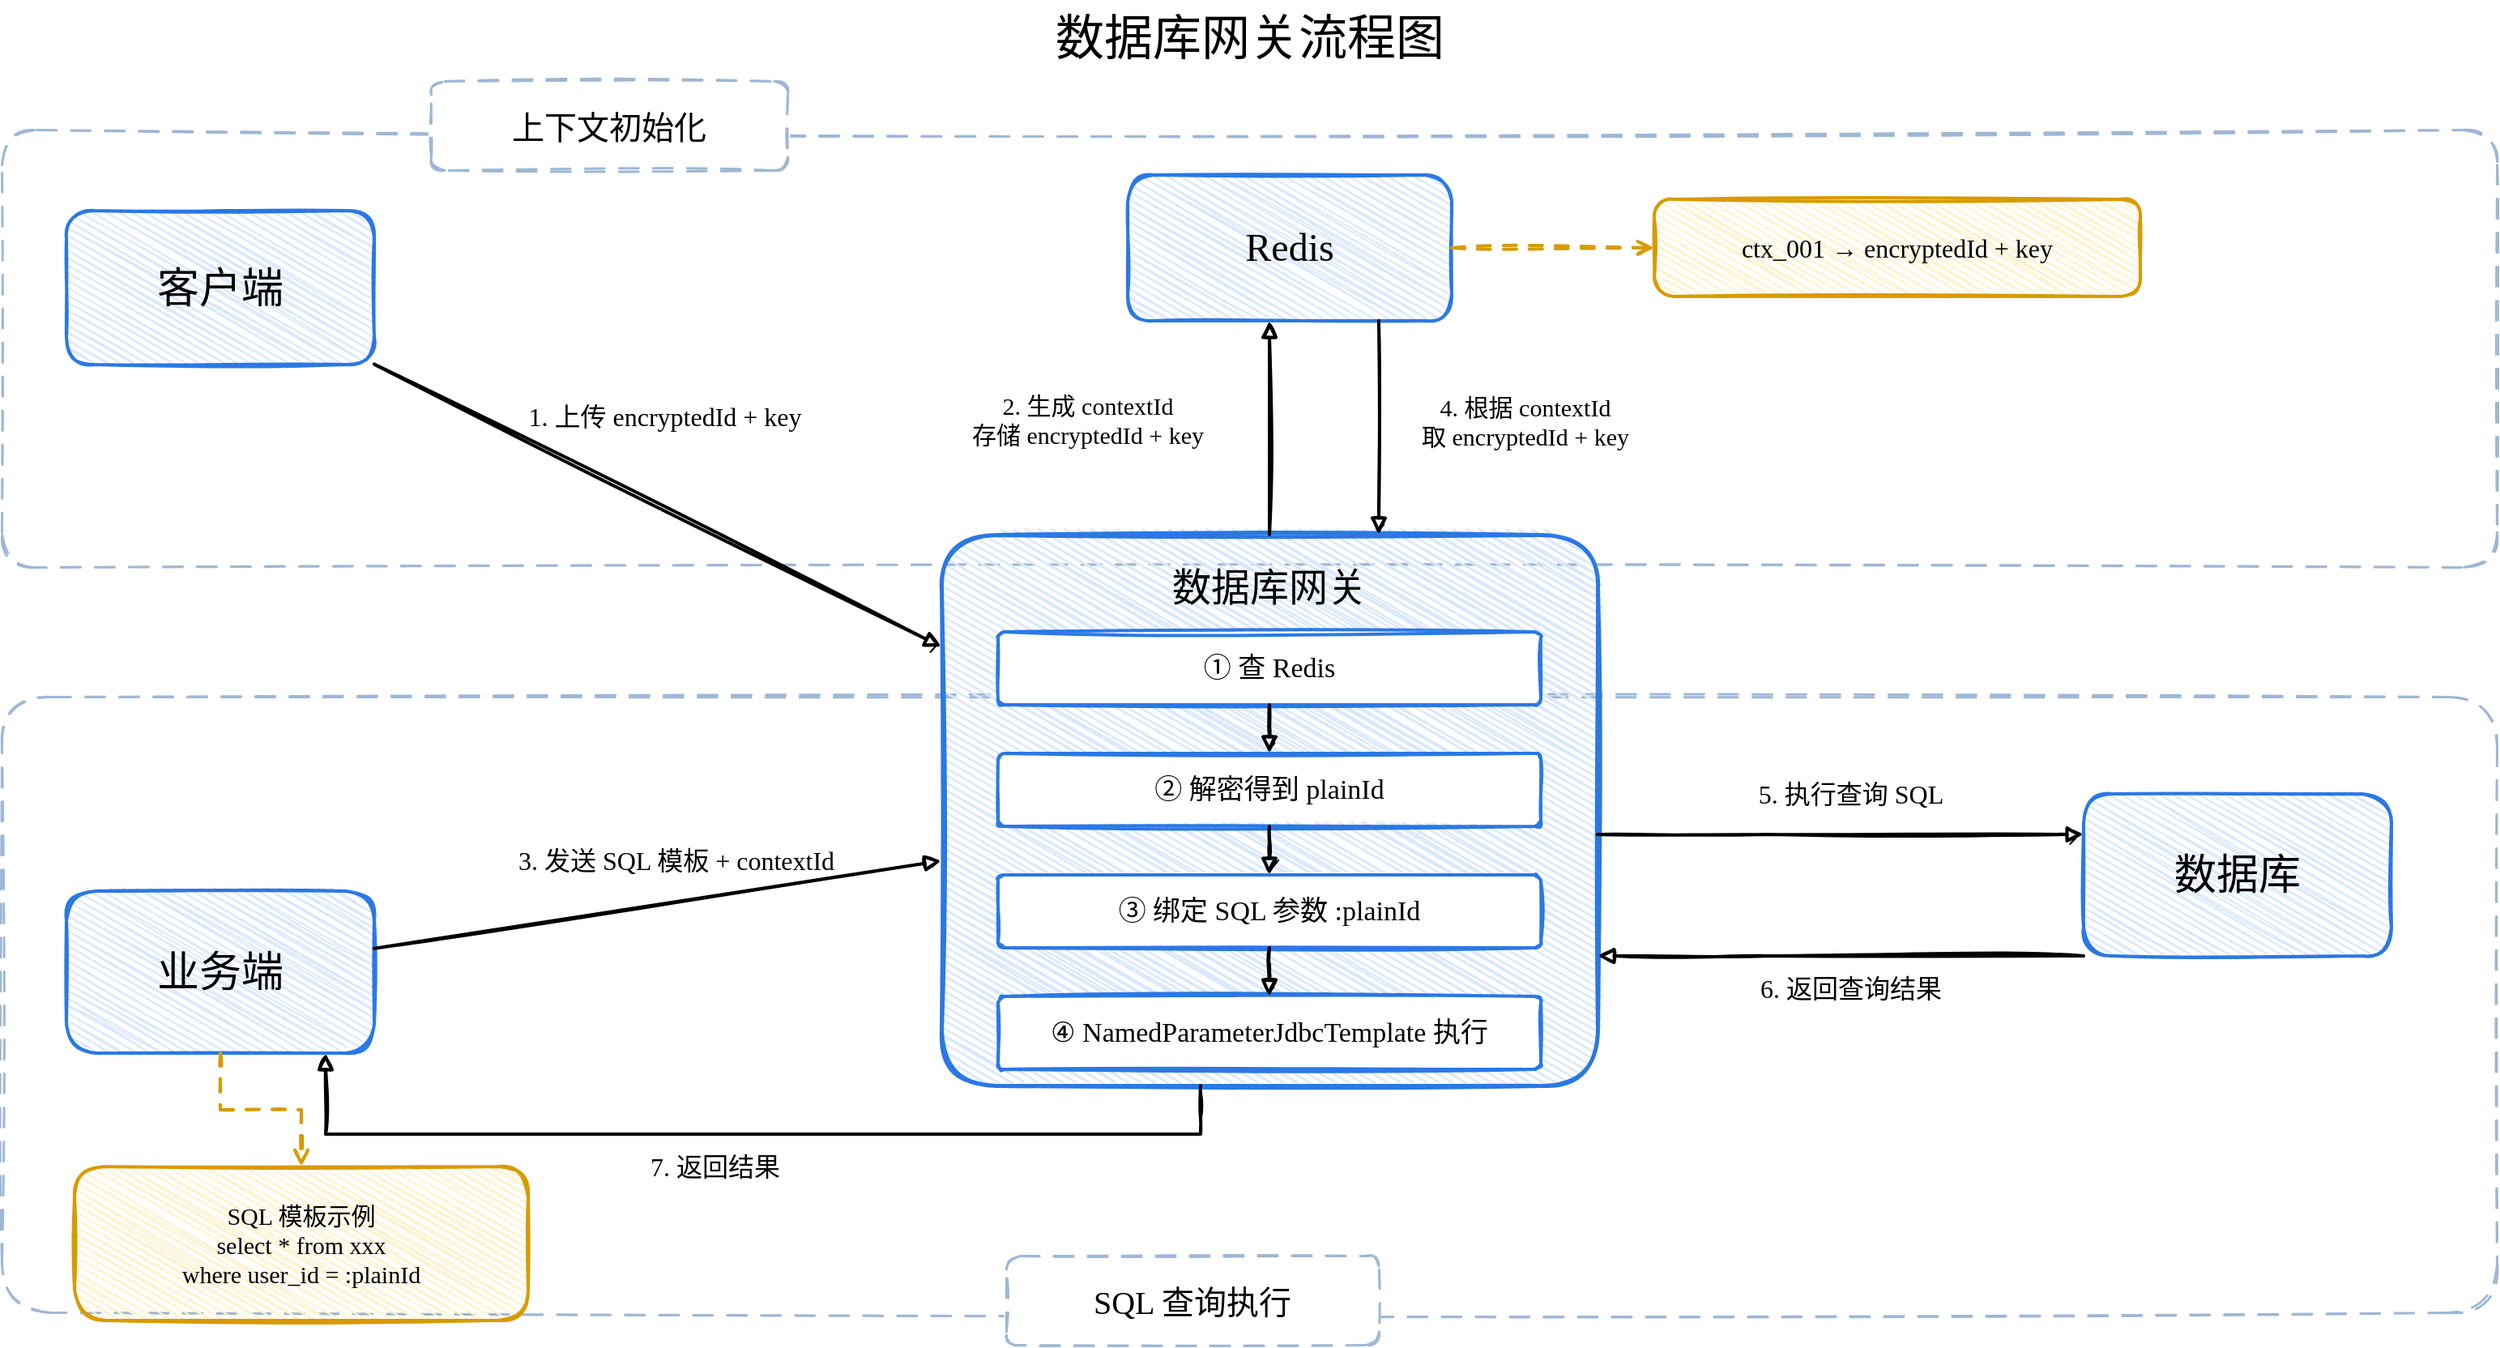
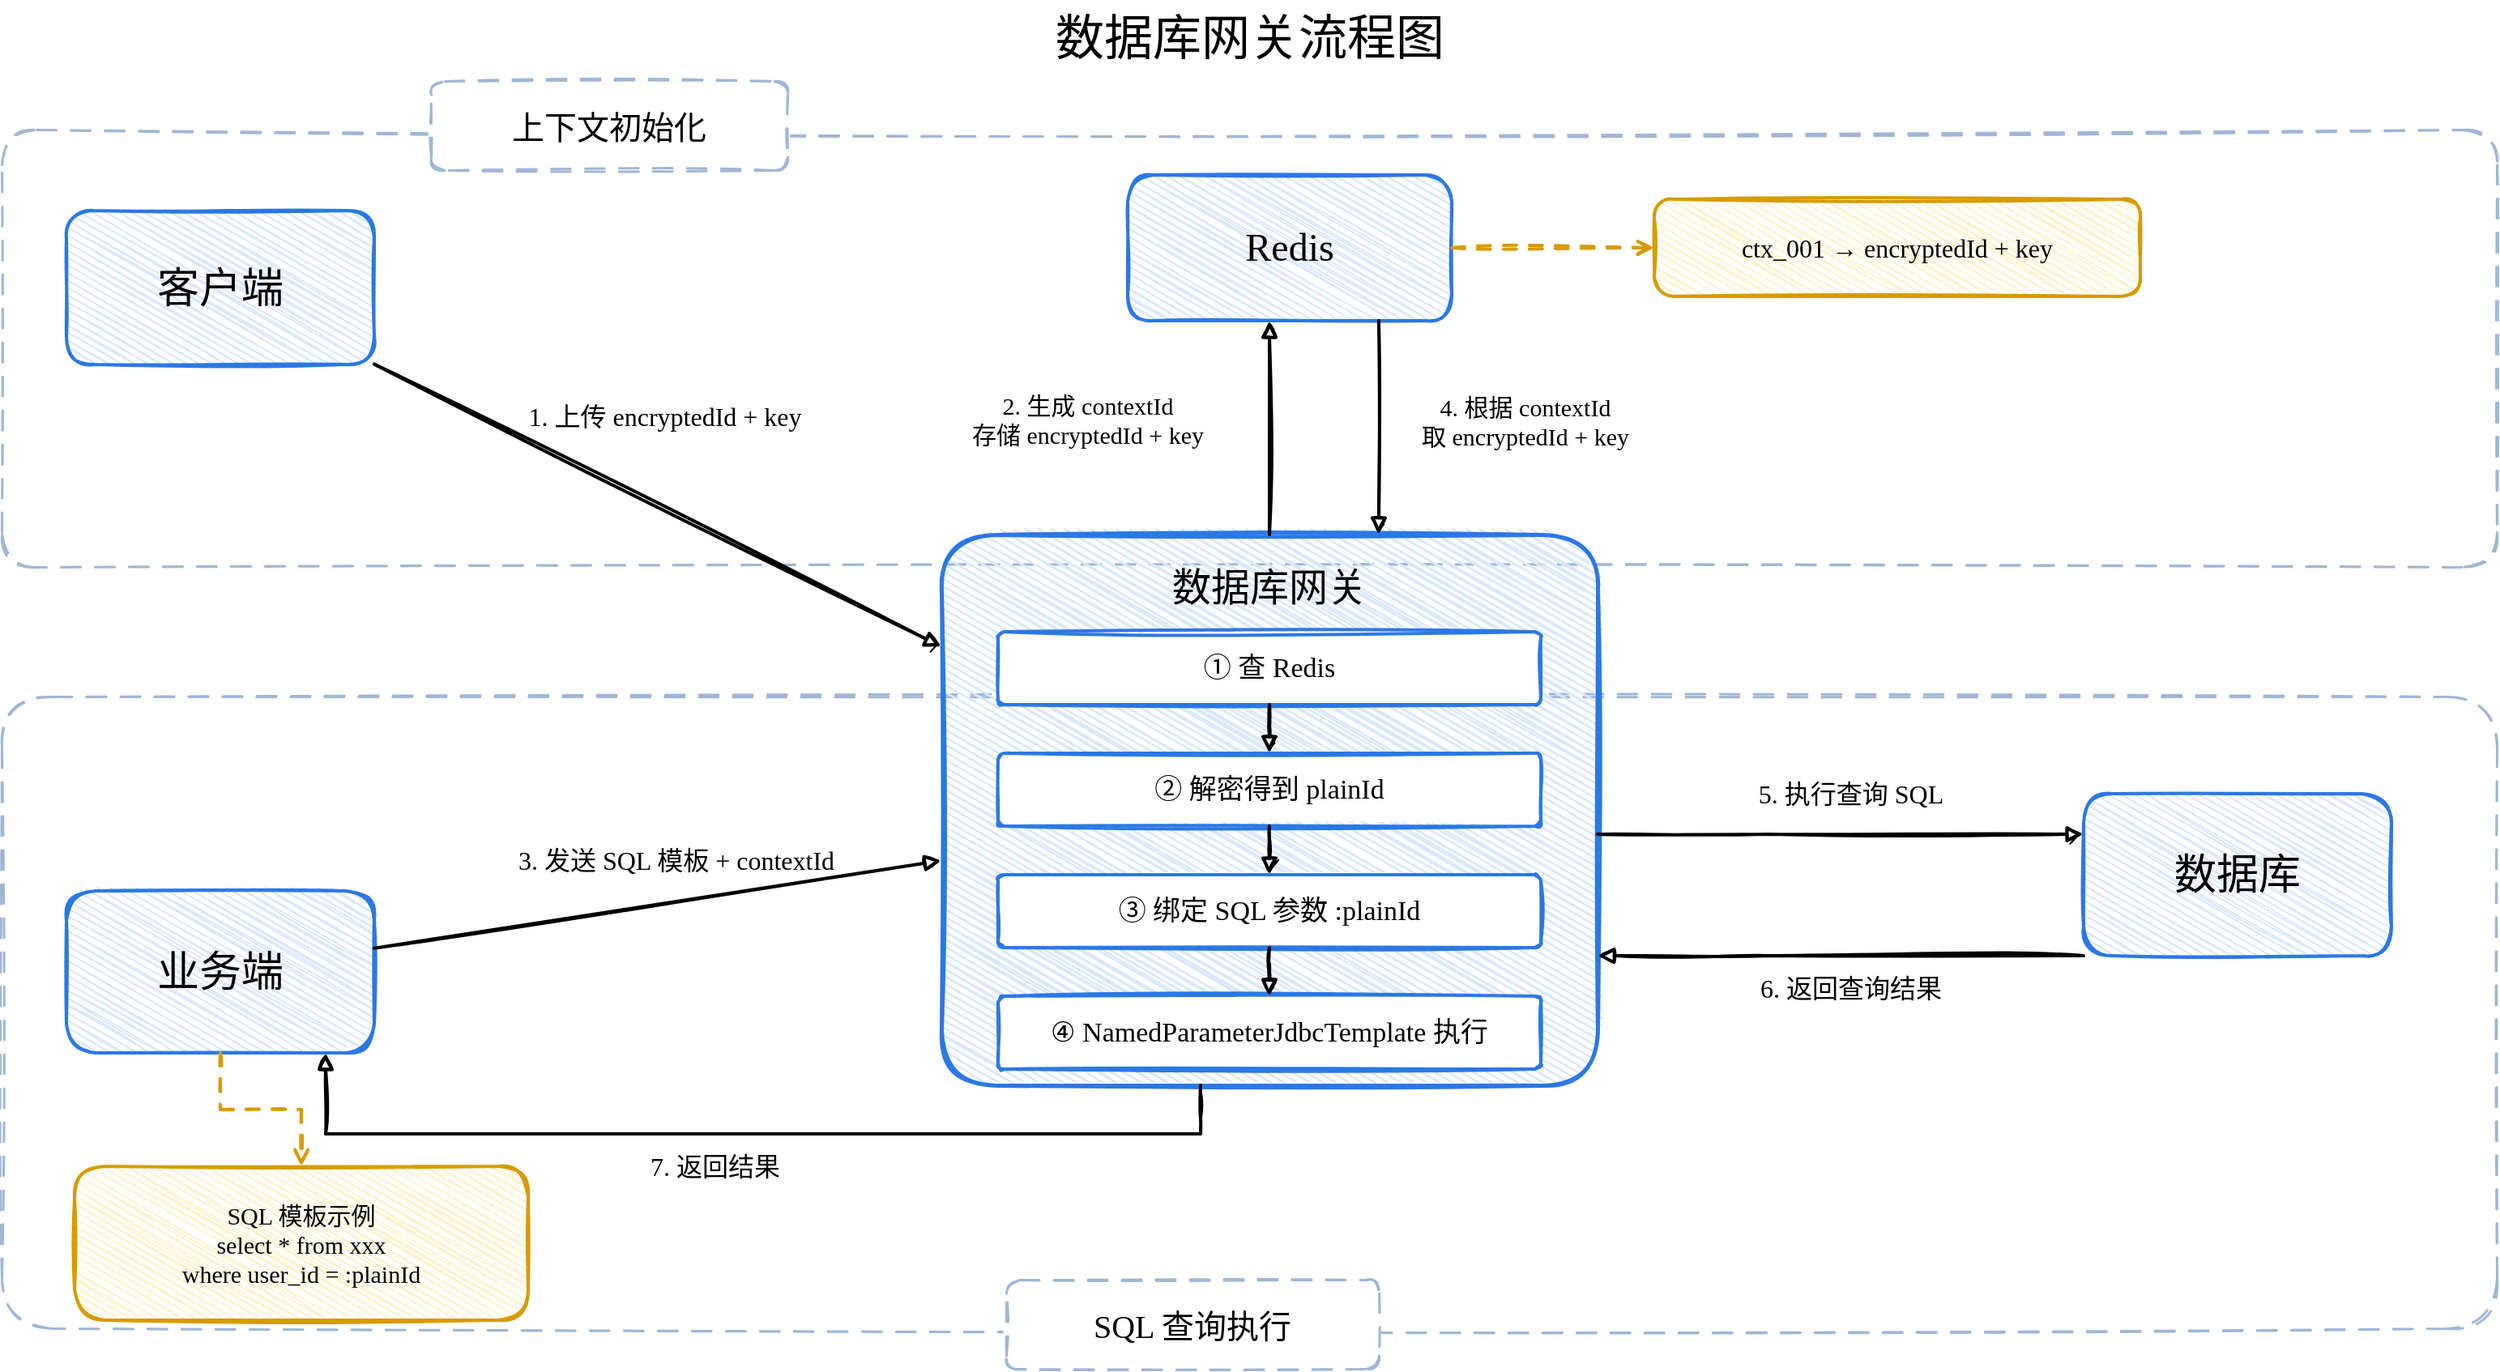
<mxfile host="app.diagrams.net">
  <diagram name="第 1 页" id="lDtMVX3rfUzubP_undm2">
-     <mxGraphModel dx="1543" dy="1078" grid="1" gridSize="10" guides="1" tooltips="1" connect="1" arrows="1" fold="1" page="1" pageScale="1" pageWidth="1600" pageHeight="900" math="0" shadow="0">
+     <mxGraphModel dx="2058" dy="1438" grid="1" gridSize="10" guides="1" tooltips="1" connect="1" arrows="1" fold="1" page="1" pageScale="1" pageWidth="1600" pageHeight="900" math="0" shadow="0">
      <root>
        <mxCell id="0" />
        <mxCell id="1" parent="0" />
        <mxCell id="sec_init" parent="1" style="rounded=1;whiteSpace=wrap;html=1;fillColor=none;strokeColor=#9fb7d5;dashed=1;dashPattern=8 6;strokeWidth=1.5;arcSize=8;sketch=1;" value="" vertex="1">
          <mxGeometry height="270" width="1540" x="30" y="100" as="geometry" />
        </mxCell>
        <mxCell id="sec_sql" parent="1" style="rounded=1;whiteSpace=wrap;html=1;fillColor=none;strokeColor=#9fb7d5;dashed=1;dashPattern=8 6;strokeWidth=1.5;arcSize=8;sketch=1;" value="" vertex="1">
-           <mxGeometry height="380" width="1540" x="30" y="450" as="geometry" />
+           <mxGeometry height="390" width="1540" x="30" y="450" as="geometry" />
        </mxCell>
        <mxCell id="title" parent="1" style="text;html=1;strokeColor=none;fillColor=none;align=center;verticalAlign=middle;fontSize=30;fontFamily=Comic Sans MS;" value="数据库网关流程图" vertex="1">
          <mxGeometry height="45" width="400" x="600" y="20" as="geometry" />
        </mxCell>
        <mxCell id="label_init" parent="1" style="rounded=1;whiteSpace=wrap;html=1;fillColor=default;strokeColor=#9fb7d5;dashed=1;dashPattern=8 6;strokeWidth=1.5;fontSize=20;fontFamily=Comic Sans MS;sketch=1;" value="上下文初始化" vertex="1">
          <mxGeometry height="55" width="220" x="295" y="70" as="geometry" />
        </mxCell>
        <mxCell id="label_sql" parent="1" style="rounded=1;whiteSpace=wrap;html=1;fillColor=default;strokeColor=#9fb7d5;dashed=1;dashPattern=8 6;strokeWidth=1.5;fontSize=20;fontFamily=Comic Sans MS;sketch=1;" value="SQL 查询执行" vertex="1">
-           <mxGeometry height="55" width="230" x="650" y="795" as="geometry" />
+           <mxGeometry height="55" width="230" x="650" y="810" as="geometry" />
        </mxCell>
        <mxCell id="client" parent="1" style="rounded=1;whiteSpace=wrap;html=1;fillColor=#dae8fc;strokeColor=#2b78e4;strokeWidth=2;arcSize=18;fontSize=26;fontFamily=Comic Sans MS;sketch=1;hachureGap=4;hachureAngle=60;" value="客户端" vertex="1">
          <mxGeometry height="95" width="190" x="70" y="150" as="geometry" />
        </mxCell>
        <mxCell id="biz" parent="1" style="rounded=1;whiteSpace=wrap;html=1;fillColor=#dae8fc;strokeColor=#2b78e4;strokeWidth=2;arcSize=18;fontSize=26;fontFamily=Comic Sans MS;sketch=1;hachureGap=4;hachureAngle=60;" value="业务端" vertex="1">
          <mxGeometry height="100" width="190" x="70" y="570" as="geometry" />
        </mxCell>
        <mxCell id="redis" parent="1" style="rounded=1;whiteSpace=wrap;html=1;fillColor=#dae8fc;strokeColor=#2b78e4;strokeWidth=2;arcSize=18;fontSize=24;fontFamily=Comic Sans MS;sketch=1;hachureGap=4;hachureAngle=60;" value="Redis" vertex="1">
          <mxGeometry height="90" width="200" x="725" y="128" as="geometry" />
        </mxCell>
        <mxCell id="db" parent="1" style="rounded=1;whiteSpace=wrap;html=1;fillColor=#dae8fc;strokeColor=#2b78e4;strokeWidth=2;arcSize=18;fontSize=26;fontFamily=Comic Sans MS;sketch=1;hachureGap=4;hachureAngle=60;" value="数据库" vertex="1">
          <mxGeometry height="100" width="190" x="1315" y="510" as="geometry" />
        </mxCell>
        <mxCell id="gateway" parent="1" style="rounded=1;whiteSpace=wrap;html=1;fillColor=#dae8fc;strokeColor=#2b78e4;strokeWidth=2.5;arcSize=10;fontSize=24;fontFamily=Comic Sans MS;sketch=1;hachureGap=4;hachureAngle=60;verticalAlign=top;spacingTop=12;" value="数据库网关" vertex="1">
          <mxGeometry height="340" width="405" x="610" y="350" as="geometry" />
        </mxCell>
        <mxCell id="s1" parent="1" style="rounded=1;whiteSpace=wrap;html=1;fillColor=#ffffff;strokeColor=#2b78e4;strokeWidth=2;arcSize=8;fontSize=17;fontFamily=Comic Sans MS;sketch=1;" value="① 查 Redis" vertex="1">
          <mxGeometry height="45" width="335" x="645" y="410" as="geometry" />
        </mxCell>
        <mxCell id="s2" parent="1" style="rounded=1;whiteSpace=wrap;html=1;fillColor=#ffffff;strokeColor=#2b78e4;strokeWidth=2;arcSize=8;fontSize=17;fontFamily=Comic Sans MS;sketch=1;" value="② 解密得到 plainId" vertex="1">
          <mxGeometry height="45" width="335" x="645" y="485" as="geometry" />
        </mxCell>
        <mxCell id="s3" parent="1" style="rounded=1;whiteSpace=wrap;html=1;fillColor=#ffffff;strokeColor=#2b78e4;strokeWidth=2;arcSize=8;fontSize=17;fontFamily=Comic Sans MS;sketch=1;" value="③ 绑定 SQL 参数 :plainId" vertex="1">
          <mxGeometry height="45" width="335" x="645" y="560" as="geometry" />
        </mxCell>
        <mxCell id="s4" parent="1" style="rounded=1;whiteSpace=wrap;html=1;fillColor=#ffffff;strokeColor=#2b78e4;strokeWidth=2;arcSize=8;fontSize=17;fontFamily=Comic Sans MS;sketch=1;" value="④ NamedParameterJdbcTemplate 执行" vertex="1">
          <mxGeometry height="45" width="335" x="645" y="635" as="geometry" />
        </mxCell>
        <mxCell id="redis_note" parent="1" style="rounded=1;whiteSpace=wrap;html=1;fillColor=#fff2cc;strokeColor=#d79b00;strokeWidth=2;arcSize=20;fontSize=16;fontFamily=Comic Sans MS;sketch=1;hachureGap=4;hachureAngle=60;" value="ctx_001 → encryptedId + key" vertex="1">
          <mxGeometry height="60" width="300" x="1050" y="143" as="geometry" />
        </mxCell>
        <mxCell id="sql_note" parent="1" style="rounded=1;whiteSpace=wrap;html=1;fillColor=#fff2cc;strokeColor=#d79b00;strokeWidth=2;arcSize=20;fontSize=15;fontFamily=Comic Sans MS;sketch=1;hachureGap=4;hachureAngle=60;" value="SQL 模板示例&lt;br&gt;select * from xxx&lt;br&gt;where user_id = :plainId" vertex="1">
          <mxGeometry height="95" width="280" x="75" y="740" as="geometry" />
        </mxCell>
        <mxCell id="e1" edge="1" parent="1" source="client" style="rounded=0;orthogonalLoop=1;jettySize=auto;html=1;endArrow=block;endFill=1;strokeColor=#000000;strokeWidth=2;fontSize=16;fontFamily=Comic Sans MS;sketch=1;labelBackgroundColor=none;" target="gateway" value="1. 上传 encryptedId + key">
          <mxGeometry relative="1" x="-0.0333" y="36" as="geometry">
            <mxPoint x="-6" y="-20" as="offset" />
          </mxGeometry>
        </mxCell>
        <mxCell id="e2" edge="1" parent="1" source="gateway" style="edgeStyle=orthogonalEdgeStyle;rounded=0;orthogonalLoop=1;jettySize=auto;html=1;endArrow=block;endFill=1;strokeColor=#000000;strokeWidth=2;fontSize=15;fontFamily=Comic Sans MS;sketch=1;labelBackgroundColor=none;" target="redis" value="2. 生成 contextId&lt;br&gt;存储 encryptedId + key">
          <mxGeometry relative="1" x="0.0606" y="113" as="geometry">
            <mxPoint y="-1" as="offset" />
            <Array as="points">
              <mxPoint x="765" y="350" />
              <mxPoint x="765" y="220" />
            </Array>
          </mxGeometry>
        </mxCell>
        <mxCell id="e3" edge="1" parent="1" source="biz" style="rounded=0;orthogonalLoop=1;jettySize=auto;html=1;endArrow=block;endFill=1;strokeColor=#000000;strokeWidth=2;fontSize=16;fontFamily=Comic Sans MS;sketch=1;labelBackgroundColor=none;" target="gateway" value="3. 发送 SQL 模板 + contextId">
          <mxGeometry relative="1" x="0.0833" y="25" as="geometry">
            <mxPoint as="offset" />
          </mxGeometry>
        </mxCell>
        <mxCell id="e4" edge="1" parent="1" source="redis" style="edgeStyle=orthogonalEdgeStyle;rounded=0;orthogonalLoop=1;jettySize=auto;html=1;endArrow=block;endFill=1;strokeColor=#000000;strokeWidth=2;fontSize=15;fontFamily=Comic Sans MS;sketch=1;labelBackgroundColor=none;" target="gateway" value="4. 根据 contextId&lt;br&gt;取 encryptedId + key">
          <mxGeometry relative="1" x="-0.0606" y="90" as="geometry">
            <mxPoint as="offset" />
            <Array as="points">
              <mxPoint x="880" y="220" />
              <mxPoint x="880" y="350" />
            </Array>
          </mxGeometry>
        </mxCell>
        <mxCell id="e5" edge="1" parent="1" source="gateway" style="edgeStyle=orthogonalEdgeStyle;rounded=0;orthogonalLoop=1;jettySize=auto;html=1;endArrow=block;endFill=1;strokeColor=#000000;strokeWidth=2;fontSize=16;fontFamily=Comic Sans MS;sketch=1;labelBackgroundColor=none;" target="db" value="5. 执行查询 SQL">
          <mxGeometry relative="1" x="0.0333" y="25" as="geometry">
            <mxPoint x="1" as="offset" />
            <Array as="points">
              <mxPoint x="1120" y="535" />
              <mxPoint x="1315" y="535" />
            </Array>
          </mxGeometry>
        </mxCell>
        <mxCell id="e6" edge="1" parent="1" source="db" style="edgeStyle=orthogonalEdgeStyle;rounded=0;orthogonalLoop=1;jettySize=auto;html=1;endArrow=block;endFill=1;strokeColor=#000000;strokeWidth=2;fontSize=16;fontFamily=Comic Sans MS;sketch=1;" target="gateway" value="6. 返回查询结果">
          <mxGeometry relative="1" x="-0.0333" y="20" as="geometry">
            <mxPoint x="1" as="offset" />
            <Array as="points">
              <mxPoint x="1120" y="610" />
              <mxPoint x="1015" y="610" />
            </Array>
          </mxGeometry>
        </mxCell>
        <mxCell id="e7" edge="1" parent="1" source="gateway" style="edgeStyle=orthogonalEdgeStyle;rounded=0;orthogonalLoop=1;jettySize=auto;html=1;endArrow=block;endFill=1;strokeColor=#000000;strokeWidth=2;fontSize=16;fontFamily=Comic Sans MS;sketch=1;labelBackgroundColor=none;" target="biz" value="7. 返回结果">
          <mxGeometry relative="1" x="0.0645" y="20" as="geometry">
            <mxPoint as="offset" />
            <Array as="points">
              <mxPoint x="770" y="710" />
              <mxPoint x="770" y="720" />
              <mxPoint x="230" y="720" />
              <mxPoint x="230" y="670" />
            </Array>
          </mxGeometry>
        </mxCell>
        <mxCell id="is12" edge="1" parent="1" source="s1" style="edgeStyle=orthogonalEdgeStyle;rounded=0;orthogonalLoop=1;jettySize=auto;html=1;endArrow=block;endFill=1;strokeColor=#000000;strokeWidth=2;fontSize=1;fontFamily=Comic Sans MS;sketch=1;" target="s2" value="">
          <mxGeometry relative="1" as="geometry" />
        </mxCell>
        <mxCell id="is23" edge="1" parent="1" source="s2" style="edgeStyle=orthogonalEdgeStyle;rounded=0;orthogonalLoop=1;jettySize=auto;html=1;endArrow=block;endFill=1;strokeColor=#000000;strokeWidth=2;fontSize=1;fontFamily=Comic Sans MS;sketch=1;" target="s3" value="">
          <mxGeometry relative="1" as="geometry" />
        </mxCell>
        <mxCell id="is34" edge="1" parent="1" source="s3" style="edgeStyle=orthogonalEdgeStyle;rounded=0;orthogonalLoop=1;jettySize=auto;html=1;endArrow=block;endFill=1;strokeColor=#000000;strokeWidth=2;fontSize=1;fontFamily=Comic Sans MS;sketch=1;" target="s4" value="">
          <mxGeometry relative="1" as="geometry" />
        </mxCell>
        <mxCell id="n1" edge="1" parent="1" source="redis" style="edgeStyle=orthogonalEdgeStyle;rounded=0;orthogonalLoop=1;jettySize=auto;html=1;endArrow=open;endFill=1;strokeColor=#d79b00;strokeWidth=2;fontSize=16;fontFamily=Comic Sans MS;sketch=1;dashed=1;dashPattern=4 4;" target="redis_note" value="">
          <mxGeometry relative="1" as="geometry" />
        </mxCell>
        <mxCell id="n2" edge="1" parent="1" source="biz" style="edgeStyle=orthogonalEdgeStyle;rounded=0;orthogonalLoop=1;jettySize=auto;html=1;endArrow=open;endFill=1;strokeColor=#d79b00;strokeWidth=2;fontSize=16;fontFamily=Comic Sans MS;sketch=1;dashed=1;dashPattern=4 4;" target="sql_note" value="">
          <mxGeometry relative="1" as="geometry" />
        </mxCell>
      </root>
    </mxGraphModel>
  </diagram>
</mxfile>
